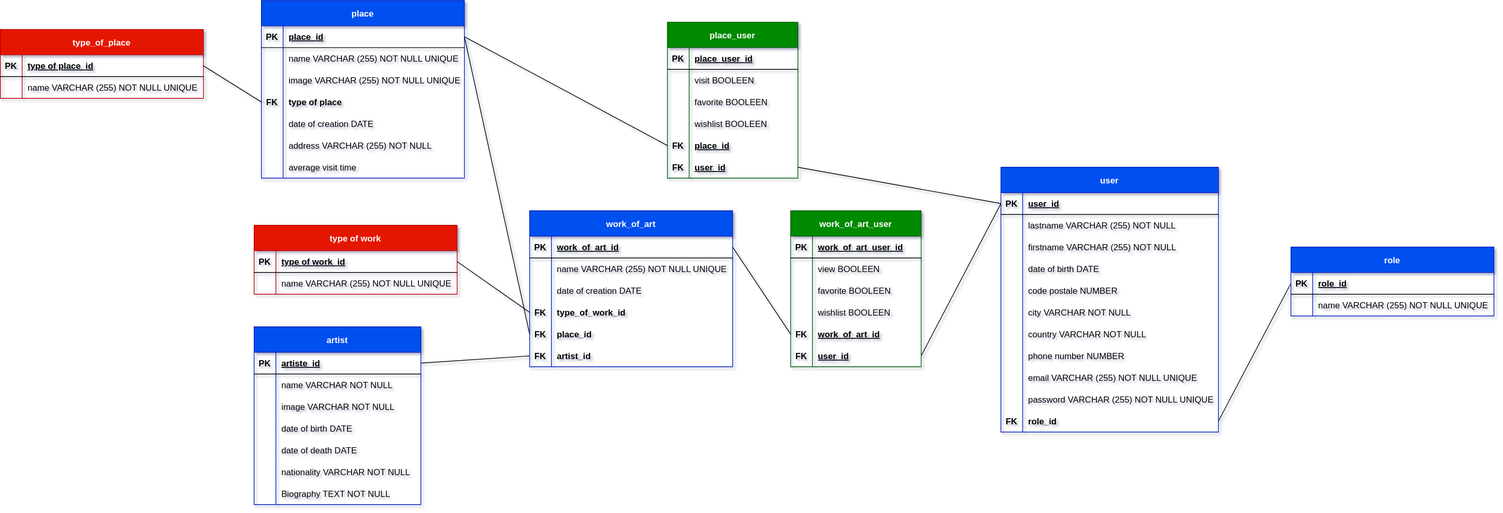
Before: code/server/merise/projet-museumsearch-mpd.drawio.svg, a diagram exported from draw.io (Adosso13/Museumsearch). Source tidied: cells renumbered, new cells last; positions are measured from the earlier drawing's top-left corner, leaving out a move shared by most shapes.
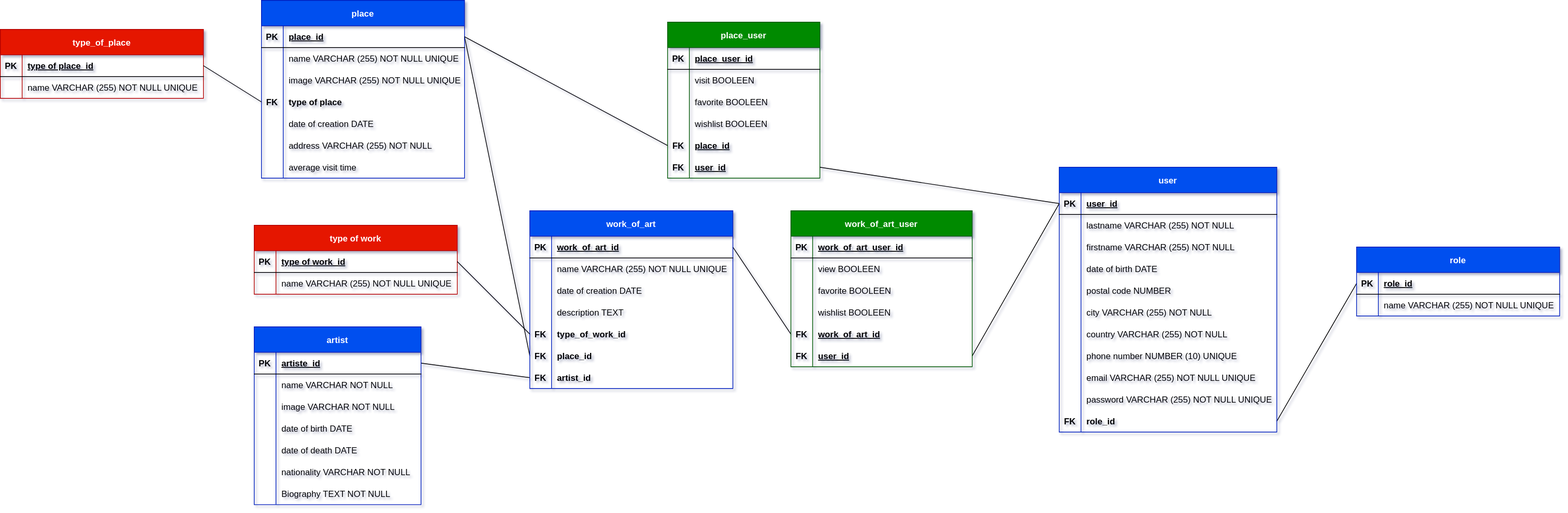
The same file after the commit.

The edit, as a diff of the source:
```diff
@@ -118,3 +118,3 @@
     </mxCell>
-    <mxCell id="40" value="type of place" style="shape=partialRectangle;fillColor=none;top=0;left=0;bottom=0;right=0;align=left;spacingLeft=6;overflow=hidden;rounded=0;shadow=0;fontStyle=1;" parent="38" vertex="1">
+    <mxCell id="40" value="type of place " style="shape=partialRectangle;fillColor=none;top=0;left=0;bottom=0;right=0;align=left;spacingLeft=6;overflow=hidden;rounded=0;shadow=0;fontStyle=1;" parent="38" vertex="1">
       <mxGeometry x="30" width="250" height="30" as="geometry" />
@@ -149,3 +149,3 @@
     <mxCell id="50" value="work_of_art" style="shape=table;startSize=35;rowLines=0;fontStyle=1;align=center;rounded=0;shadow=0;fillColor=#0050ef;strokeColor=#001DBC;fontColor=#ffffff;" parent="1" vertex="1">
-      <mxGeometry x="730" y="290" width="280" height="215" as="geometry" />
+      <mxGeometry x="730" y="290" width="280" height="245" as="geometry" />
     </mxCell>
@@ -178,4 +178,13 @@
     </mxCell>
+    <mxCell id="167" style="shape=tableRow;horizontal=0;startSize=0;swimlaneHead=0;swimlaneBody=0;fillColor=none;top=0;left=0;right=0;bottom=0;rounded=0;shadow=0;" parent="50" vertex="1">
+      <mxGeometry y="125" width="280" height="30" as="geometry" />
+    </mxCell>
+    <mxCell id="168" style="shape=partialRectangle;fillColor=none;top=0;left=0;bottom=0;right=0;overflow=hidden;rounded=0;shadow=0;fontStyle=1;" parent="167" vertex="1">
+      <mxGeometry width="30" height="30" as="geometry" />
+    </mxCell>
+    <mxCell id="169" value="description TEXT" style="shape=partialRectangle;fillColor=none;top=0;left=0;bottom=0;right=0;align=left;spacingLeft=6;overflow=hidden;rounded=0;shadow=0;fontStyle=0;" parent="167" vertex="1">
+      <mxGeometry x="30" width="250" height="30" as="geometry" />
+    </mxCell>
     <mxCell id="60" style="shape=tableRow;horizontal=0;startSize=0;swimlaneHead=0;swimlaneBody=0;fillColor=none;points=[[0,0.5],[1,0.5]];portConstraint=eastwest;top=0;left=0;right=0;bottom=0;rounded=0;shadow=0;" parent="50" vertex="1">
-      <mxGeometry y="125" width="280" height="30" as="geometry" />
+      <mxGeometry y="155" width="280" height="30" as="geometry" />
     </mxCell>
@@ -188,3 +197,3 @@
     <mxCell id="63" style="shape=tableRow;horizontal=0;startSize=0;swimlaneHead=0;swimlaneBody=0;fillColor=none;points=[[0,0.5],[1,0.5]];portConstraint=eastwest;top=0;left=0;right=0;bottom=0;rounded=0;shadow=0;" parent="50" vertex="1">
-      <mxGeometry y="155" width="280" height="30" as="geometry" />
+      <mxGeometry y="185" width="280" height="30" as="geometry" />
     </mxCell>
@@ -197,3 +206,3 @@
     <mxCell id="66" style="shape=tableRow;horizontal=0;startSize=0;swimlaneHead=0;swimlaneBody=0;fillColor=none;points=[[0,0.5],[1,0.5]];portConstraint=eastwest;top=0;left=0;right=0;bottom=0;rounded=0;shadow=0;" parent="50" vertex="1">
-      <mxGeometry y="185" width="280" height="30" as="geometry" />
+      <mxGeometry y="215" width="280" height="30" as="geometry" />
     </mxCell>
@@ -206,3 +215,3 @@
     <mxCell id="69" value="role" style="shape=table;startSize=35;rowLines=0;fontStyle=1;align=center;rounded=0;shadow=0;fillColor=#0050ef;strokeColor=#001DBC;fontColor=#ffffff;" parent="1" vertex="1">
-      <mxGeometry x="1780" y="340" width="280" height="95" as="geometry" />
+      <mxGeometry x="1870" y="340" width="280" height="95" as="geometry" />
     </mxCell>
@@ -227,3 +236,3 @@
     <mxCell id="76" value="user" style="shape=table;startSize=35;rowLines=0;fontStyle=1;align=center;rounded=0;shadow=0;fillColor=#0050ef;strokeColor=#001DBC;fontColor=#ffffff;" parent="1" vertex="1">
-      <mxGeometry x="1380" y="230" width="300" height="365" as="geometry" />
+      <mxGeometry x="1460" y="230" width="300" height="365" as="geometry" />
     </mxCell>
@@ -271,3 +280,3 @@
     </mxCell>
-    <mxCell id="91" value="code postale NUMBER" style="shape=partialRectangle;fillColor=none;top=0;left=0;bottom=0;right=0;align=left;spacingLeft=6;overflow=hidden;rounded=0;shadow=0;" parent="89" vertex="1">
+    <mxCell id="91" value="postal code NUMBER" style="shape=partialRectangle;fillColor=none;top=0;left=0;bottom=0;right=0;align=left;spacingLeft=6;overflow=hidden;rounded=0;shadow=0;" parent="89" vertex="1">
       <mxGeometry x="30" width="270" height="30" as="geometry" />
@@ -280,3 +289,3 @@
     </mxCell>
-    <mxCell id="94" value="city VARCHAR NOT NULL" style="shape=partialRectangle;fillColor=none;top=0;left=0;bottom=0;right=0;align=left;spacingLeft=6;overflow=hidden;rounded=0;shadow=0;" parent="92" vertex="1">
+    <mxCell id="94" value="city VARCHAR (255) NOT NULL" style="shape=partialRectangle;fillColor=none;top=0;left=0;bottom=0;right=0;align=left;spacingLeft=6;overflow=hidden;rounded=0;shadow=0;" parent="92" vertex="1">
       <mxGeometry x="30" width="270" height="30" as="geometry" />
@@ -289,3 +298,3 @@
     </mxCell>
-    <mxCell id="97" value="country VARCHAR NOT NULL" style="shape=partialRectangle;fillColor=none;top=0;left=0;bottom=0;right=0;align=left;spacingLeft=6;overflow=hidden;rounded=0;shadow=0;" parent="95" vertex="1">
+    <mxCell id="97" value="country VARCHAR (255) NOT NULL" style="shape=partialRectangle;fillColor=none;top=0;left=0;bottom=0;right=0;align=left;spacingLeft=6;overflow=hidden;rounded=0;shadow=0;" parent="95" vertex="1">
       <mxGeometry x="30" width="270" height="30" as="geometry" />
@@ -298,3 +307,3 @@
     </mxCell>
-    <mxCell id="100" value="phone number NUMBER" style="shape=partialRectangle;fillColor=none;top=0;left=0;bottom=0;right=0;align=left;spacingLeft=6;overflow=hidden;rounded=0;shadow=0;" parent="98" vertex="1">
+    <mxCell id="100" value="phone number NUMBER (10) UNIQUE" style="shape=partialRectangle;fillColor=none;top=0;left=0;bottom=0;right=0;align=left;spacingLeft=6;overflow=hidden;rounded=0;shadow=0;" parent="98" vertex="1">
       <mxGeometry x="30" width="270" height="30" as="geometry" />
@@ -325,3 +334,3 @@
     </mxCell>
-    <mxCell id="109" value="role_id" style="shape=partialRectangle;fillColor=none;top=0;left=0;bottom=0;right=0;align=left;spacingLeft=6;overflow=hidden;rounded=0;shadow=0;fontStyle=1;" parent="107" vertex="1">
+    <mxCell id="109" value="role_id " style="shape=partialRectangle;fillColor=none;top=0;left=0;bottom=0;right=0;align=left;spacingLeft=6;overflow=hidden;rounded=0;shadow=0;fontStyle=1;" parent="107" vertex="1">
       <mxGeometry x="30" width="270" height="30" as="geometry" />
@@ -380,6 +389,6 @@
     <mxCell id="127" value="place_user" style="shape=table;startSize=35;rowLines=0;fontStyle=1;align=center;rounded=0;shadow=0;fillColor=#008a00;strokeColor=#005700;fontColor=#ffffff;" parent="1" vertex="1">
-      <mxGeometry x="920" y="30" width="180" height="215" as="geometry" />
+      <mxGeometry x="920" y="30" width="210" height="215" as="geometry" />
     </mxCell>
     <mxCell id="128" style="shape=tableRow;horizontal=0;startSize=0;swimlaneHead=0;swimlaneBody=0;fillColor=none;top=0;left=0;right=0;bottom=1;rounded=0;shadow=0;" parent="127" vertex="1">
-      <mxGeometry y="35" width="180" height="30" as="geometry" />
+      <mxGeometry y="35" width="210" height="30" as="geometry" />
     </mxCell>
@@ -389,6 +398,6 @@
     <mxCell id="130" value="place_user_id" style="shape=partialRectangle;fillColor=none;top=0;left=0;bottom=0;right=0;align=left;spacingLeft=6;fontStyle=5;overflow=hidden;rounded=0;shadow=0;" parent="128" vertex="1">
-      <mxGeometry x="30" width="150" height="30" as="geometry" />
+      <mxGeometry x="30" width="180" height="30" as="geometry" />
     </mxCell>
     <mxCell id="131" style="shape=tableRow;horizontal=0;startSize=0;swimlaneHead=0;swimlaneBody=0;fillColor=none;top=0;left=0;right=0;bottom=0;rounded=0;shadow=0;" parent="127" vertex="1">
-      <mxGeometry y="65" width="180" height="30" as="geometry" />
+      <mxGeometry y="65" width="210" height="30" as="geometry" />
     </mxCell>
@@ -398,6 +407,6 @@
     <mxCell id="133" value="visit BOOLEEN" style="shape=partialRectangle;fillColor=none;top=0;left=0;bottom=0;right=0;align=left;spacingLeft=6;overflow=hidden;rounded=0;shadow=0;fontStyle=0;" parent="131" vertex="1">
-      <mxGeometry x="30" width="150" height="30" as="geometry" />
+      <mxGeometry x="30" width="180" height="30" as="geometry" />
     </mxCell>
     <mxCell id="134" style="shape=tableRow;horizontal=0;startSize=0;swimlaneHead=0;swimlaneBody=0;fillColor=none;top=0;left=0;right=0;bottom=0;rounded=0;shadow=0;" parent="127" vertex="1">
-      <mxGeometry y="95" width="180" height="30" as="geometry" />
+      <mxGeometry y="95" width="210" height="30" as="geometry" />
     </mxCell>
@@ -407,6 +416,6 @@
     <mxCell id="136" value="favorite BOOLEEN" style="shape=partialRectangle;fillColor=none;top=0;left=0;bottom=0;right=0;align=left;spacingLeft=6;overflow=hidden;rounded=0;shadow=0;fontStyle=0;" parent="134" vertex="1">
-      <mxGeometry x="30" width="150" height="30" as="geometry" />
+      <mxGeometry x="30" width="180" height="30" as="geometry" />
     </mxCell>
     <mxCell id="137" style="shape=tableRow;horizontal=0;startSize=0;swimlaneHead=0;swimlaneBody=0;fillColor=none;top=0;left=0;right=0;bottom=0;rounded=0;shadow=0;" parent="127" vertex="1">
-      <mxGeometry y="125" width="180" height="30" as="geometry" />
+      <mxGeometry y="125" width="210" height="30" as="geometry" />
     </mxCell>
@@ -416,6 +425,6 @@
     <mxCell id="139" value="wishlist BOOLEEN" style="shape=partialRectangle;fillColor=none;top=0;left=0;bottom=0;right=0;align=left;spacingLeft=6;overflow=hidden;rounded=0;shadow=0;fontStyle=0;" parent="137" vertex="1">
-      <mxGeometry x="30" width="150" height="30" as="geometry" />
+      <mxGeometry x="30" width="180" height="30" as="geometry" />
     </mxCell>
     <mxCell id="140" style="shape=tableRow;horizontal=0;startSize=0;swimlaneHead=0;swimlaneBody=0;fillColor=none;points=[[0,0.5],[1,0.5]];portConstraint=eastwest;top=0;left=0;right=0;bottom=0;rounded=0;shadow=0;" parent="127" vertex="1">
-      <mxGeometry y="155" width="180" height="30" as="geometry" />
+      <mxGeometry y="155" width="210" height="30" as="geometry" />
     </mxCell>
@@ -425,6 +434,6 @@
     <mxCell id="142" value="place_id" style="shape=partialRectangle;fillColor=none;top=0;left=0;bottom=0;right=0;align=left;spacingLeft=6;overflow=hidden;rounded=0;shadow=0;fontStyle=5;" parent="140" vertex="1">
-      <mxGeometry x="30" width="150" height="30" as="geometry" />
+      <mxGeometry x="30" width="180" height="30" as="geometry" />
     </mxCell>
     <mxCell id="143" style="shape=tableRow;horizontal=0;startSize=0;swimlaneHead=0;swimlaneBody=0;fillColor=none;points=[[0,0.5],[1,0.5]];portConstraint=eastwest;top=0;left=0;right=0;bottom=0;rounded=0;shadow=0;" parent="127" vertex="1">
-      <mxGeometry y="185" width="180" height="30" as="geometry" />
+      <mxGeometry y="185" width="210" height="30" as="geometry" />
     </mxCell>
@@ -434,3 +443,3 @@
     <mxCell id="145" value="user_id" style="shape=partialRectangle;fillColor=none;top=0;left=0;bottom=0;right=0;align=left;spacingLeft=6;overflow=hidden;rounded=0;shadow=0;fontStyle=5;" parent="143" vertex="1">
-      <mxGeometry x="30" width="150" height="30" as="geometry" />
+      <mxGeometry x="30" width="180" height="30" as="geometry" />
     </mxCell>
@@ -443,6 +452,6 @@
     <mxCell id="148" value="work_of_art_user" style="shape=table;startSize=35;rowLines=0;fontStyle=1;align=center;rounded=0;shadow=0;fillColor=#008a00;strokeColor=#005700;fontColor=#ffffff;" parent="1" vertex="1">
-      <mxGeometry x="1090" y="290" width="180" height="215" as="geometry" />
+      <mxGeometry x="1090" y="290" width="250" height="215" as="geometry" />
     </mxCell>
     <mxCell id="149" style="shape=tableRow;horizontal=0;startSize=0;swimlaneHead=0;swimlaneBody=0;fillColor=none;top=0;left=0;right=0;bottom=1;rounded=0;shadow=0;" parent="148" vertex="1">
-      <mxGeometry y="35" width="180" height="30" as="geometry" />
+      <mxGeometry y="35" width="250" height="30" as="geometry" />
     </mxCell>
@@ -452,6 +461,6 @@
     <mxCell id="151" value="work_of_art_user_id" style="shape=partialRectangle;fillColor=none;top=0;left=0;bottom=0;right=0;align=left;spacingLeft=6;fontStyle=5;overflow=hidden;rounded=0;shadow=0;" parent="149" vertex="1">
-      <mxGeometry x="30" width="150" height="30" as="geometry" />
+      <mxGeometry x="30" width="220" height="30" as="geometry" />
     </mxCell>
     <mxCell id="152" style="shape=tableRow;horizontal=0;startSize=0;swimlaneHead=0;swimlaneBody=0;fillColor=none;top=0;left=0;right=0;bottom=0;rounded=0;shadow=0;" parent="148" vertex="1">
-      <mxGeometry y="65" width="180" height="30" as="geometry" />
+      <mxGeometry y="65" width="250" height="30" as="geometry" />
     </mxCell>
@@ -461,6 +470,6 @@
     <mxCell id="154" value="view BOOLEEN" style="shape=partialRectangle;fillColor=none;top=0;left=0;bottom=0;right=0;align=left;spacingLeft=6;overflow=hidden;rounded=0;shadow=0;fontStyle=0;" parent="152" vertex="1">
-      <mxGeometry x="30" width="150" height="30" as="geometry" />
+      <mxGeometry x="30" width="220" height="30" as="geometry" />
     </mxCell>
     <mxCell id="155" style="shape=tableRow;horizontal=0;startSize=0;swimlaneHead=0;swimlaneBody=0;fillColor=none;top=0;left=0;right=0;bottom=0;rounded=0;shadow=0;" parent="148" vertex="1">
-      <mxGeometry y="95" width="180" height="30" as="geometry" />
+      <mxGeometry y="95" width="250" height="30" as="geometry" />
     </mxCell>
@@ -470,6 +479,6 @@
     <mxCell id="157" value="favorite BOOLEEN" style="shape=partialRectangle;fillColor=none;top=0;left=0;bottom=0;right=0;align=left;spacingLeft=6;overflow=hidden;rounded=0;shadow=0;fontStyle=0;" parent="155" vertex="1">
-      <mxGeometry x="30" width="150" height="30" as="geometry" />
+      <mxGeometry x="30" width="220" height="30" as="geometry" />
     </mxCell>
     <mxCell id="158" style="shape=tableRow;horizontal=0;startSize=0;swimlaneHead=0;swimlaneBody=0;fillColor=none;top=0;left=0;right=0;bottom=0;rounded=0;shadow=0;" parent="148" vertex="1">
-      <mxGeometry y="125" width="180" height="30" as="geometry" />
+      <mxGeometry y="125" width="250" height="30" as="geometry" />
     </mxCell>
@@ -479,6 +488,6 @@
     <mxCell id="160" value="wishlist BOOLEEN" style="shape=partialRectangle;fillColor=none;top=0;left=0;bottom=0;right=0;align=left;spacingLeft=6;overflow=hidden;rounded=0;shadow=0;fontStyle=0;" parent="158" vertex="1">
-      <mxGeometry x="30" width="150" height="30" as="geometry" />
+      <mxGeometry x="30" width="220" height="30" as="geometry" />
     </mxCell>
     <mxCell id="161" style="shape=tableRow;horizontal=0;startSize=0;swimlaneHead=0;swimlaneBody=0;fillColor=none;points=[[0,0.5],[1,0.5]];portConstraint=eastwest;top=0;left=0;right=0;bottom=0;rounded=0;shadow=0;" parent="148" vertex="1">
-      <mxGeometry y="155" width="180" height="30" as="geometry" />
+      <mxGeometry y="155" width="250" height="30" as="geometry" />
     </mxCell>
@@ -488,6 +497,6 @@
     <mxCell id="163" value="work_of_art_id" style="shape=partialRectangle;fillColor=none;top=0;left=0;bottom=0;right=0;align=left;spacingLeft=6;overflow=hidden;rounded=0;shadow=0;fontStyle=5;" parent="161" vertex="1">
-      <mxGeometry x="30" width="150" height="30" as="geometry" />
+      <mxGeometry x="30" width="220" height="30" as="geometry" />
     </mxCell>
     <mxCell id="164" style="shape=tableRow;horizontal=0;startSize=0;swimlaneHead=0;swimlaneBody=0;fillColor=none;points=[[0,0.5],[1,0.5]];portConstraint=eastwest;top=0;left=0;right=0;bottom=0;rounded=0;shadow=0;" parent="148" vertex="1">
-      <mxGeometry y="185" width="180" height="30" as="geometry" />
+      <mxGeometry y="185" width="250" height="30" as="geometry" />
     </mxCell>
@@ -497,3 +506,3 @@
     <mxCell id="166" value="user_id" style="shape=partialRectangle;fillColor=none;top=0;left=0;bottom=0;right=0;align=left;spacingLeft=6;overflow=hidden;rounded=0;shadow=0;fontStyle=5;" parent="164" vertex="1">
-      <mxGeometry x="30" width="150" height="30" as="geometry" />
+      <mxGeometry x="30" width="220" height="30" as="geometry" />
     </mxCell>
```
